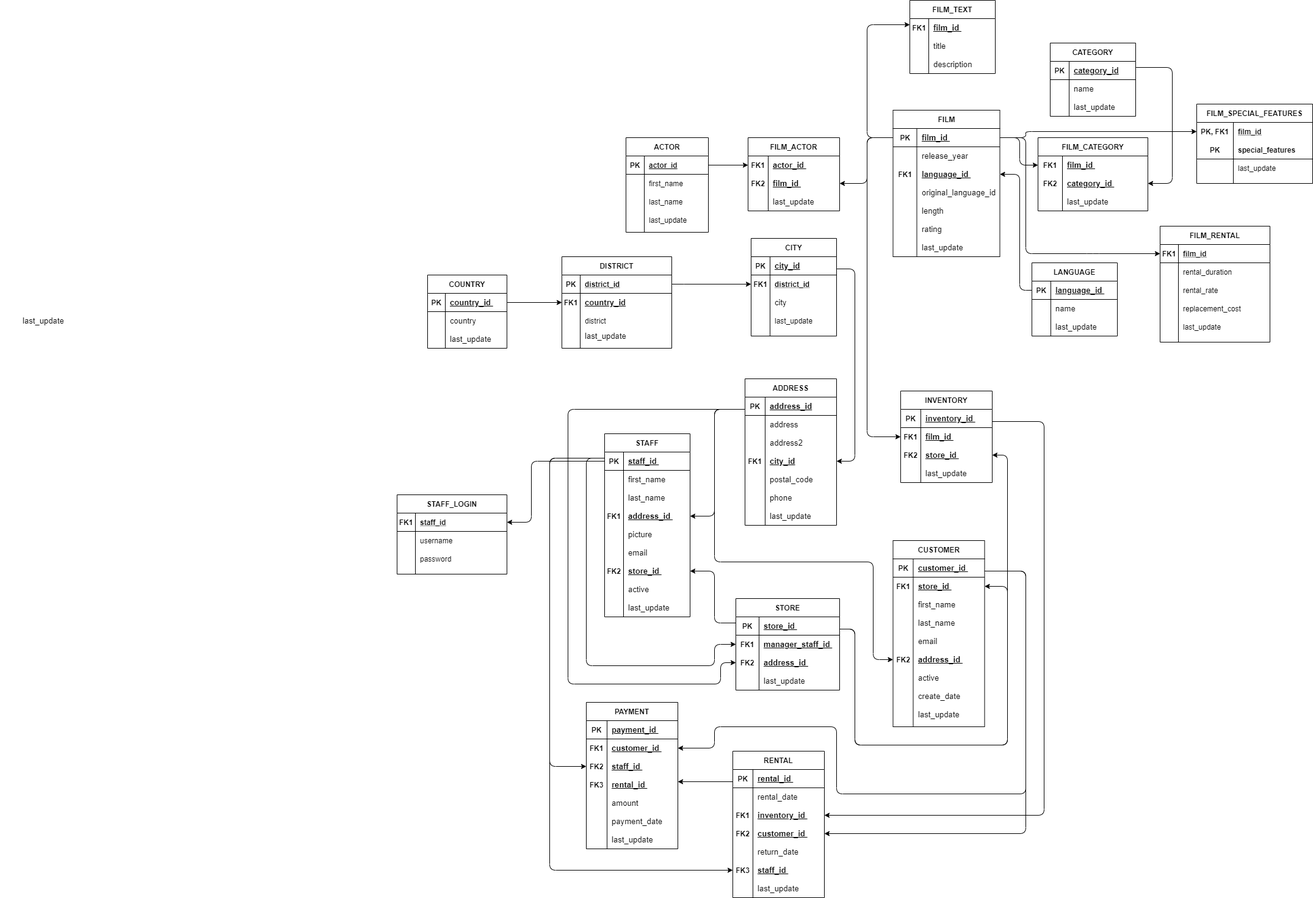
EsCharl/DatabaseInterface keeps this draw.io diagram as Reports/Report Part B/Illustrations/er_normalized.png. Above is the earlier version. Source tidied: cells renumbered, new cells last; positions are measured from the earlier drawing's top-left corner, leaving out a move shared by most shapes.
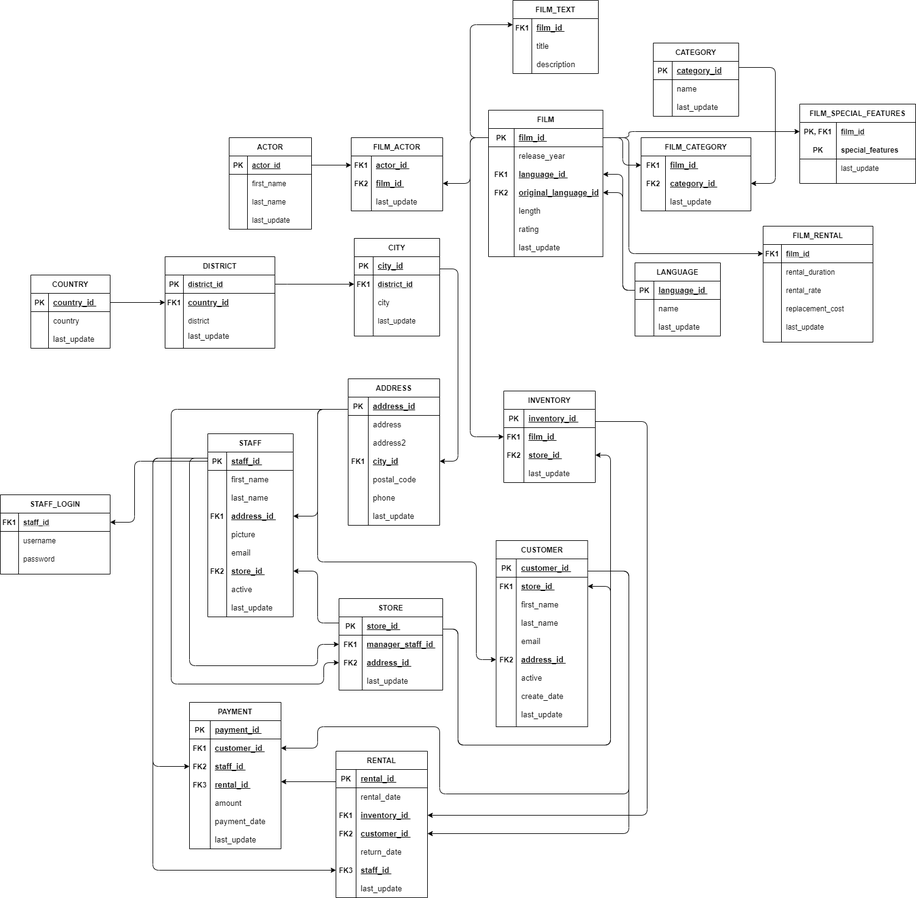
The same diagram one commit later.

The edit, as a diff of the source:
```diff
@@ -3,7 +3,7 @@
     <mxCell id="0" />
     <mxCell id="1" parent="0" />
     <mxCell id="2" value="ACTOR" style="shape=table;html=1;whiteSpace=wrap;startSize=30;rowLines=0;fontStyle=1;align=center;" parent="1" vertex="1">
-      <mxGeometry x="1025" y="225" width="135" height="155" as="geometry" />
+      <mxGeometry x="1025" y="225" width="135" height="150" as="geometry" />
     </mxCell>
     <mxCell id="3" style="shape=partialRectangle;html=1;whiteSpace=wrap;fillColor=none;top=0;left=0;bottom=1;right=0;" parent="2" vertex="1">
       <mxGeometry y="30" width="135" height="30" as="geometry" />
@@ -291,70 +291,70 @@
       <mxGeometry x="33" width="117" height="30" as="geometry" />
     </mxCell>
     <mxCell id="98" value="FILM" style="shape=table;html=1;whiteSpace=wrap;startSize=30;rowLines=0;fontStyle=1;align=center;" parent="1" vertex="1">
-      <mxGeometry x="1462.5" y="180" width="175" height="240" as="geometry" />
+      <mxGeometry x="1450" y="180" width="187.5" height="240" as="geometry" />
     </mxCell>
     <mxCell id="99" style="shape=partialRectangle;html=1;whiteSpace=wrap;fillColor=none;top=0;left=0;bottom=1;right=0;points=[[0,0.5],[1,0.5]];portConstraint=eastwest;" parent="98" vertex="1">
-      <mxGeometry y="30" width="175" height="30" as="geometry" />
+      <mxGeometry y="30" width="187.5" height="30" as="geometry" />
     </mxCell>
     <mxCell id="100" value="&lt;b&gt;PK&lt;/b&gt;" style="shape=partialRectangle;html=1;whiteSpace=wrap;fillColor=none;top=0;left=0;bottom=0;right=0;overflow=hidden;" parent="99" vertex="1">
-      <mxGeometry width="39" height="30" as="geometry" />
+      <mxGeometry width="42" height="30" as="geometry" />
     </mxCell>
     <mxCell id="101" value="&lt;span style=&quot;font-family: sans-serif ; font-size: 13.12px ; font-weight: 700 ; background-color: rgb(255 , 255 , 255)&quot;&gt;&lt;u&gt;film_id&amp;nbsp;&lt;/u&gt;&lt;/span&gt;" style="shape=partialRectangle;html=1;whiteSpace=wrap;fillColor=none;top=0;left=0;bottom=0;right=0;align=left;spacingLeft=6;overflow=hidden;" parent="99" vertex="1">
-      <mxGeometry x="39" width="136" height="30" as="geometry" />
+      <mxGeometry x="42" width="146" height="30" as="geometry" />
     </mxCell>
     <mxCell id="102" style="shape=partialRectangle;html=1;whiteSpace=wrap;fillColor=none;top=0;left=0;bottom=0;right=0;" parent="98" vertex="1">
-      <mxGeometry y="60" width="175" height="30" as="geometry" />
+      <mxGeometry y="60" width="187.5" height="30" as="geometry" />
     </mxCell>
     <mxCell id="103" style="shape=partialRectangle;html=1;whiteSpace=wrap;fillColor=none;top=0;left=0;bottom=0;right=0;overflow=hidden;" parent="102" vertex="1">
-      <mxGeometry width="39" height="30" as="geometry" />
+      <mxGeometry width="42" height="30" as="geometry" />
     </mxCell>
     <mxCell id="104" value="&lt;span style=&quot;font-family: sans-serif ; font-size: 13.12px ; background-color: rgb(255 , 255 , 255)&quot;&gt;release_year&lt;/span&gt;" style="shape=partialRectangle;html=1;whiteSpace=wrap;fillColor=none;top=0;left=0;bottom=0;right=0;align=left;spacingLeft=6;overflow=hidden;" parent="102" vertex="1">
-      <mxGeometry x="39" width="136" height="30" as="geometry" />
+      <mxGeometry x="42" width="146" height="30" as="geometry" />
     </mxCell>
     <mxCell id="105" style="shape=partialRectangle;html=1;whiteSpace=wrap;fillColor=none;top=0;left=0;bottom=0;right=0;points=[[0,0.5],[1,0.5]];portConstraint=eastwest;" parent="98" vertex="1">
-      <mxGeometry y="90" width="175" height="30" as="geometry" />
+      <mxGeometry y="90" width="187.5" height="30" as="geometry" />
     </mxCell>
     <mxCell id="106" value="&lt;b&gt;FK1&lt;/b&gt;" style="shape=partialRectangle;html=1;whiteSpace=wrap;fillColor=none;top=0;left=0;bottom=0;right=0;overflow=hidden;" parent="105" vertex="1">
-      <mxGeometry width="39" height="30" as="geometry" />
+      <mxGeometry width="42" height="30" as="geometry" />
     </mxCell>
     <mxCell id="107" value="&lt;span style=&quot;font-family: sans-serif ; font-size: 13.12px ; font-weight: 700 ; background-color: rgb(255 , 255 , 255)&quot;&gt;&lt;u&gt;language_id&amp;nbsp;&lt;/u&gt;&lt;/span&gt;" style="shape=partialRectangle;html=1;whiteSpace=wrap;fillColor=none;top=0;left=0;bottom=0;right=0;align=left;spacingLeft=6;overflow=hidden;" parent="105" vertex="1">
-      <mxGeometry x="39" width="136" height="30" as="geometry" />
+      <mxGeometry x="42" width="146" height="30" as="geometry" />
     </mxCell>
-    <mxCell id="108" style="shape=partialRectangle;html=1;whiteSpace=wrap;fillColor=none;top=0;left=0;bottom=0;right=0;points=[[0,0.5],[1,0.5]];portConstraint=eastwest;" parent="98" vertex="1">
-      <mxGeometry y="120" width="175" height="30" as="geometry" />
+    <mxCell id="108" style="shape=partialRectangle;html=1;whiteSpace=wrap;fillColor=none;top=0;left=0;bottom=0;right=0;points=[[0,0.5],[1,0.5]];portConstraint=eastwest;fontStyle=5;" parent="98" vertex="1">
+      <mxGeometry y="120" width="187.5" height="30" as="geometry" />
     </mxCell>
-    <mxCell id="109" style="shape=partialRectangle;html=1;whiteSpace=wrap;fillColor=none;top=0;left=0;bottom=0;right=0;overflow=hidden;" parent="108" vertex="1">
-      <mxGeometry width="39" height="30" as="geometry" />
+    <mxCell id="109" value="&lt;b&gt;FK2&lt;/b&gt;" style="shape=partialRectangle;html=1;whiteSpace=wrap;fillColor=none;top=0;left=0;bottom=0;right=0;overflow=hidden;" parent="108" vertex="1">
+      <mxGeometry width="42" height="30" as="geometry" />
     </mxCell>
-    <mxCell id="110" value="&lt;span style=&quot;font-family: sans-serif ; font-size: 13.12px ; background-color: rgb(255 , 255 , 255)&quot;&gt;original_language_id&lt;/span&gt;" style="shape=partialRectangle;html=1;whiteSpace=wrap;fillColor=none;top=0;left=0;bottom=0;right=0;align=left;spacingLeft=6;overflow=hidden;" parent="108" vertex="1">
-      <mxGeometry x="39" width="136" height="30" as="geometry" />
+    <mxCell id="110" value="&lt;span style=&quot;font-family: sans-serif ; font-size: 13.12px ; background-color: rgb(255 , 255 , 255)&quot;&gt;&lt;b&gt;&lt;u&gt;original_language_id&lt;/u&gt;&lt;/b&gt;&lt;/span&gt;" style="shape=partialRectangle;html=1;whiteSpace=wrap;fillColor=none;top=0;left=0;bottom=0;right=0;align=left;spacingLeft=6;overflow=hidden;" parent="108" vertex="1">
+      <mxGeometry x="42" width="146" height="30" as="geometry" />
     </mxCell>
     <mxCell id="111" style="shape=partialRectangle;html=1;whiteSpace=wrap;fillColor=none;top=0;left=0;bottom=0;right=0;" parent="98" vertex="1">
-      <mxGeometry y="150" width="175" height="30" as="geometry" />
+      <mxGeometry y="150" width="187.5" height="30" as="geometry" />
     </mxCell>
     <mxCell id="112" style="shape=partialRectangle;html=1;whiteSpace=wrap;fillColor=none;top=0;left=0;bottom=0;right=0;overflow=hidden;" parent="111" vertex="1">
-      <mxGeometry width="39" height="30" as="geometry" />
+      <mxGeometry width="42" height="30" as="geometry" />
     </mxCell>
     <mxCell id="113" value="&lt;span style=&quot;font-family: sans-serif ; font-size: 13.12px ; background-color: rgb(255 , 255 , 255)&quot;&gt;length&lt;/span&gt;" style="shape=partialRectangle;html=1;whiteSpace=wrap;fillColor=none;top=0;left=0;bottom=0;right=0;align=left;spacingLeft=6;overflow=hidden;" parent="111" vertex="1">
-      <mxGeometry x="39" width="136" height="30" as="geometry" />
+      <mxGeometry x="42" width="146" height="30" as="geometry" />
     </mxCell>
     <mxCell id="114" style="shape=partialRectangle;html=1;whiteSpace=wrap;fillColor=none;top=0;left=0;bottom=0;right=0;" parent="98" vertex="1">
-      <mxGeometry y="180" width="175" height="30" as="geometry" />
+      <mxGeometry y="180" width="187.5" height="30" as="geometry" />
     </mxCell>
     <mxCell id="115" style="shape=partialRectangle;html=1;whiteSpace=wrap;fillColor=none;top=0;left=0;bottom=0;right=0;overflow=hidden;" parent="114" vertex="1">
-      <mxGeometry width="39" height="30" as="geometry" />
+      <mxGeometry width="42" height="30" as="geometry" />
     </mxCell>
     <mxCell id="116" value="&lt;span style=&quot;font-family: sans-serif ; font-size: 13.12px ; background-color: rgb(255 , 255 , 255)&quot;&gt;rating&lt;/span&gt;" style="shape=partialRectangle;html=1;whiteSpace=wrap;fillColor=none;top=0;left=0;bottom=0;right=0;align=left;spacingLeft=6;overflow=hidden;" parent="114" vertex="1">
-      <mxGeometry x="39" width="136" height="30" as="geometry" />
+      <mxGeometry x="42" width="146" height="30" as="geometry" />
     </mxCell>
     <mxCell id="117" style="shape=partialRectangle;html=1;whiteSpace=wrap;fillColor=none;top=0;left=0;bottom=0;right=0;" parent="98" vertex="1">
-      <mxGeometry y="210" width="175" height="30" as="geometry" />
+      <mxGeometry y="210" width="187.5" height="30" as="geometry" />
     </mxCell>
     <mxCell id="118" style="shape=partialRectangle;html=1;whiteSpace=wrap;fillColor=none;top=0;left=0;bottom=0;right=0;overflow=hidden;" parent="117" vertex="1">
-      <mxGeometry width="39" height="30" as="geometry" />
+      <mxGeometry width="42" height="30" as="geometry" />
     </mxCell>
     <mxCell id="119" value="&lt;span style=&quot;font-family: sans-serif ; font-size: 13.12px ; background-color: rgb(255 , 255 , 255)&quot;&gt;last_update&lt;/span&gt;" style="shape=partialRectangle;html=1;whiteSpace=wrap;fillColor=none;top=0;left=0;bottom=0;right=0;align=left;spacingLeft=6;overflow=hidden;" parent="117" vertex="1">
-      <mxGeometry x="39" width="136" height="30" as="geometry" />
+      <mxGeometry x="42" width="146" height="30" as="geometry" />
     </mxCell>
     <mxCell id="120" value="FILM_ACTOR" style="shape=table;html=1;whiteSpace=wrap;startSize=30;rowLines=0;fontStyle=1;align=center;" parent="1" vertex="1">
       <mxGeometry x="1225" y="225" width="150" height="120" as="geometry" />
@@ -797,9 +797,8 @@
         </Array>
       </mxGeometry>
     </mxCell>
-    <mxCell id="261" style="endArrow=classic;html=1;entryX=1;entryY=0.5;entryDx=0;entryDy=0;" parent="1" edge="1" target="124">
+    <mxCell id="261" style="endArrow=classic;html=1;entryX=1;entryY=0.5;entryDx=0;entryDy=0;exitX=0;exitY=0.5;exitDx=0;exitDy=0;" parent="1" edge="1" source="99" target="124">
       <mxGeometry relative="1" as="geometry">
-        <mxPoint x="1462.5" y="225" as="sourcePoint" />
         <Array as="points">
           <mxPoint x="1420" y="225" />
           <mxPoint x="1420" y="300" />
@@ -814,9 +813,8 @@
     <mxCell id="263" style="endArrow=classic;html=1;exitX=1;exitY=0.5;exitDx=0;exitDy=0;entryX=0;entryY=0.5;entryDx=0;entryDy=0;" parent="1" edge="1" source="61" target="323">
       <mxGeometry relative="1" as="geometry" />
     </mxCell>
-    <mxCell id="264" style="endArrow=classic;html=1;entryX=0;entryY=0.5;entryDx=0;entryDy=0;" parent="1" edge="1" target="154">
+    <mxCell id="264" style="endArrow=classic;html=1;entryX=0;entryY=0.5;entryDx=0;entryDy=0;exitX=0;exitY=0.5;exitDx=0;exitDy=0;" parent="1" edge="1" source="99" target="154">
       <mxGeometry relative="1" as="geometry">
-        <mxPoint x="1462.5" y="225" as="sourcePoint" />
         <Array as="points">
           <mxPoint x="1420" y="225" />
           <mxPoint x="1420" y="715" />
@@ -1043,7 +1041,6 @@
         <Array as="points">
           <mxPoint x="1680" y="225" />
           <mxPoint x="1680" y="415" />
-          <mxPoint x="1790" y="415" />
         </Array>
       </mxGeometry>
     </mxCell>
@@ -1148,14 +1145,13 @@
         </Array>
       </mxGeometry>
     </mxCell>
-    <mxCell id="333" style="shape=partialRectangle;html=1;whiteSpace=wrap;fillColor=none;top=0;left=0;bottom=0;right=0;" parent="1" vertex="1">
-      <mxGeometry y="510" width="130" height="30" as="geometry" />
-    </mxCell>
-    <mxCell id="334" style="shape=partialRectangle;html=1;whiteSpace=wrap;fillColor=none;top=0;left=0;bottom=0;right=0;overflow=hidden;" parent="333" vertex="1">
-      <mxGeometry width="29" height="30" as="geometry" />
-    </mxCell>
-    <mxCell id="335" value="&lt;span style=&quot;font-family: sans-serif ; font-size: 13.12px ; background-color: rgb(255 , 255 , 255)&quot;&gt;last_update&lt;/span&gt;" style="shape=partialRectangle;html=1;whiteSpace=wrap;fillColor=none;top=0;left=0;bottom=0;right=0;align=left;spacingLeft=6;overflow=hidden;" parent="333" vertex="1">
-      <mxGeometry x="29" width="101" height="30" as="geometry" />
-    </mxCell>
+    <mxCell id="336" style="endArrow=classic;html=1;entryX=1;entryY=0.5;entryDx=0;entryDy=0;exitX=0;exitY=0.5;exitDx=0;exitDy=0;" parent="1" edge="1" source="164" target="108">
+      <mxGeometry relative="1" as="geometry">
+        <Array as="points">
+          <mxPoint x="1670" y="475" />
+          <mxPoint x="1670" y="315" />
+        </Array>
+      </mxGeometry>
+    </mxCell>
   </root>
 </mxGraphModel>
```
